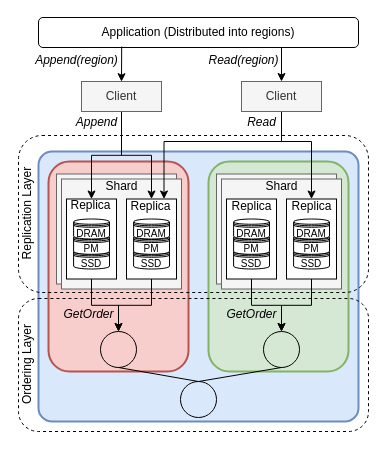
The draw.io diagram docs/Copy of System_Arch2.drawio in nathanieltornow/PMLog, before the edit. Source tidied: cells renumbered, new cells numbered last; positions are measured from the earlier drawing's top-left corner, leaving out a move shared by most shapes. Both pictures are drawn from the tidied source at 100%, with x=0, y=0 at pixel (-29, 17).
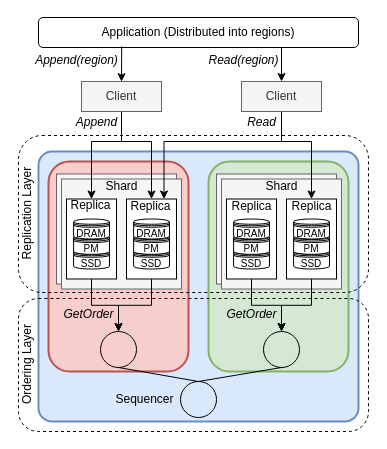
After the change.

The change refers to these unchanged cells:
```xml
<mxCell id="8" style="rounded=0;whiteSpace=wrap;html=1;strokeWidth=1;" parent="1" vertex="1">
  <mxGeometry x="95" y="181.5" width="50" height="80" as="geometry" />
</mxCell>
<mxCell id="13" style="rounded=0;whiteSpace=wrap;html=1;strokeWidth=1;" parent="1" vertex="1">
  <mxGeometry x="155" y="181.5" width="50" height="80" as="geometry" />
</mxCell>
<mxCell id="40" value="Client" style="rounded=0;whiteSpace=wrap;html=1;hachureGap=4;strokeWidth=1;fillColor=#f5f5f5;strokeColor=#666666;fontColor=#333333;" parent="1" vertex="1">
  <mxGeometry x="110" y="64" width="80" height="30" as="geometry" />
</mxCell>
```

The edit, as a diff of the source:
```diff
@@
     <mxCell id="38" style="edgeStyle=orthogonalEdgeStyle;rounded=0;jettySize=auto;html=1;exitX=0.5;exitY=1;exitDx=0;exitDy=0;entryX=0.5;entryY=0;entryDx=0;entryDy=0;endArrow=classic;endFill=1;" parent="1" edge="1" source="40" target="13">
-      <mxGeometry relative="1" as="geometry" />
+      <mxGeometry relative="1" as="geometry">
+        <Array as="points">
+          <mxPoint x="150" y="124" />
+          <mxPoint x="180" y="124" />
+        </Array>
+      </mxGeometry>
     </mxCell>
     <mxCell id="39" style="edgeStyle=orthogonalEdgeStyle;rounded=0;jettySize=auto;html=1;exitX=0.5;exitY=1;exitDx=0;exitDy=0;entryX=0.5;entryY=0;entryDx=0;entryDy=0;endArrow=classic;endFill=1;" parent="1" edge="1" source="40" target="8">
-      <mxGeometry relative="1" as="geometry" />
+      <mxGeometry relative="1" as="geometry">
+        <Array as="points">
+          <mxPoint x="150" y="124" />
+          <mxPoint x="120" y="124" />
+        </Array>
+      </mxGeometry>
     </mxCell>
@@
-    <mxCell id="52" style="rounded=1;whiteSpace=wrap;html=1;strokeWidth=1;fillColor=none;dashed=1;" parent="1" vertex="1">
-      <mxGeometry x="47" y="118" width="350" height="157" as="geometry" />
-    </mxCell>
@@
+    <mxCell id="59" value="Sequencer" style="text;html=1;align=center;verticalAlign=middle;strokeColor=none;fillColor=none;" parent="1" vertex="1">
+      <mxGeometry x="138" y="372" width="70" height="20" as="geometry" />
+    </mxCell>
+    <mxCell id="52" style="rounded=1;whiteSpace=wrap;html=1;strokeWidth=1;fillColor=none;dashed=1;" parent="1" vertex="1">
+      <mxGeometry x="47" y="118" width="350" height="157" as="geometry" />
+    </mxCell>
```
